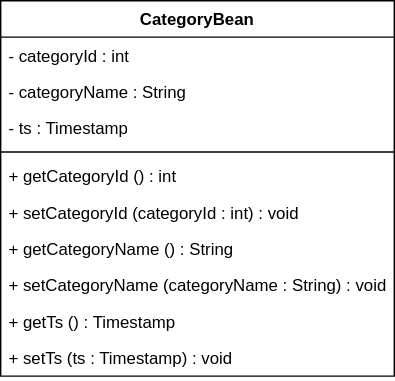
comsize-honiden/TaskManager62 keeps this draw.io diagram as ClassDiagram/categoryBean.drawio.svg. Above is the earlier version. Source tidied: cells renumbered, new cells last; positions are measured from the earlier drawing's top-left corner, leaving out a move shared by most shapes.
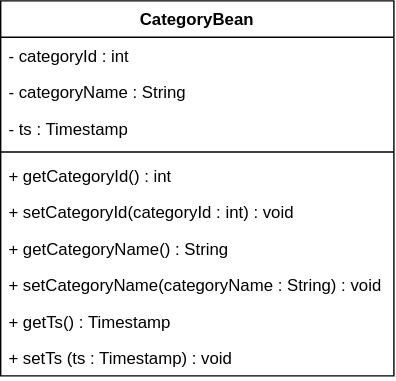
After the commit.

Change to the diagram source:
```diff
@@ -17,21 +17,21 @@
     <mxCell id="6" style="line;strokeWidth=1;fillColor=none;align=left;verticalAlign=middle;spacingTop=-1;spacingLeft=3;spacingRight=3;labelPosition=right;strokeColor=inherit;" parent="2" vertex="1">
       <mxGeometry y="104" width="281" height="8" as="geometry" />
     </mxCell>
-    <mxCell id="7" value="+ getCategoryId () : int" style="text;strokeColor=none;fillColor=none;align=left;verticalAlign=top;spacingLeft=4;spacingRight=4;overflow=hidden;whiteSpace=wrap;html=1;" parent="2" vertex="1">
-      <mxGeometry y="112" width="281" height="26" as="geometry" />
-    </mxCell>
-    <mxCell id="8" value="+ setCategoryId (categoryId : int) : void" style="text;strokeColor=none;fillColor=none;align=left;verticalAlign=top;spacingLeft=4;spacingRight=4;overflow=hidden;whiteSpace=wrap;html=1;" parent="2" vertex="1">
-      <mxGeometry y="138" width="281" height="26" as="geometry" />
-    </mxCell>
-    <mxCell id="9" value="+ getCategoryName () : String" style="text;strokeColor=none;fillColor=none;align=left;verticalAlign=top;spacingLeft=4;spacingRight=4;overflow=hidden;whiteSpace=wrap;html=1;" parent="2" vertex="1">
-      <mxGeometry y="164" width="281" height="26" as="geometry" />
-    </mxCell>
-    <mxCell id="10" value="+ setCategoryName (categoryName : String) : void" style="text;strokeColor=none;fillColor=none;align=left;verticalAlign=top;spacingLeft=4;spacingRight=4;overflow=hidden;whiteSpace=wrap;html=1;" parent="2" vertex="1">
-      <mxGeometry y="190" width="281" height="26" as="geometry" />
-    </mxCell>
-    <mxCell id="11" value="+ getTs () : Timestamp" style="text;strokeColor=none;fillColor=none;align=left;verticalAlign=top;spacingLeft=4;spacingRight=4;overflow=hidden;whiteSpace=wrap;html=1;" parent="2" vertex="1">
-      <mxGeometry y="216" width="281" height="26" as="geometry" />
-    </mxCell>
+    <mxCell id="13" value="+ getCategoryId() : int" style="text;strokeColor=none;fillColor=none;align=left;verticalAlign=top;spacingLeft=4;spacingRight=4;overflow=hidden;whiteSpace=wrap;html=1;" parent="2" vertex="1">
+      <mxGeometry y="112" width="281" height="26" as="geometry" />
+    </mxCell>
+    <mxCell id="14" value="+ setCategoryId(categoryId : int) : void" style="text;strokeColor=none;fillColor=none;align=left;verticalAlign=top;spacingLeft=4;spacingRight=4;overflow=hidden;whiteSpace=wrap;html=1;" parent="2" vertex="1">
+      <mxGeometry y="138" width="281" height="26" as="geometry" />
+    </mxCell>
+    <mxCell id="15" value="+ getCategoryName() : String" style="text;strokeColor=none;fillColor=none;align=left;verticalAlign=top;spacingLeft=4;spacingRight=4;overflow=hidden;whiteSpace=wrap;html=1;" parent="2" vertex="1">
+      <mxGeometry y="164" width="281" height="26" as="geometry" />
+    </mxCell>
+    <mxCell id="16" value="+ setCategoryName(categoryName : String) : void" style="text;strokeColor=none;fillColor=none;align=left;verticalAlign=top;spacingLeft=4;spacingRight=4;overflow=hidden;whiteSpace=wrap;html=1;" parent="2" vertex="1">
+      <mxGeometry y="190" width="281" height="26" as="geometry" />
+    </mxCell>
+    <mxCell id="17" value="+ getTs() : Timestamp" style="text;strokeColor=none;fillColor=none;align=left;verticalAlign=top;spacingLeft=4;spacingRight=4;overflow=hidden;whiteSpace=wrap;html=1;" parent="2" vertex="1">
+      <mxGeometry y="216" width="281" height="26" as="geometry" />
+    </mxCell>
     <mxCell id="12" value="+ setTs (ts : Timestamp) : void" style="text;strokeColor=none;fillColor=none;align=left;verticalAlign=top;spacingLeft=4;spacingRight=4;overflow=hidden;whiteSpace=wrap;html=1;" parent="2" vertex="1">
       <mxGeometry y="242" width="281" height="26" as="geometry" />
     </mxCell>
```
